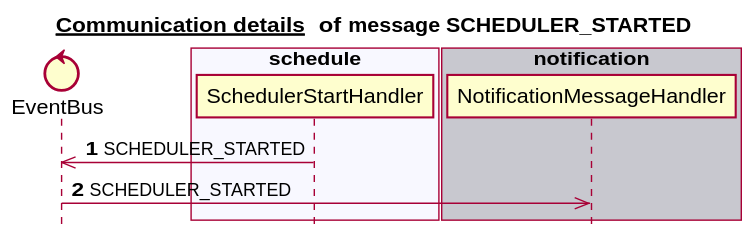
Before: docs/latest/images/gen_domain_messaging_scheduler_started.svg, a diagram exported from PlantUML (mercedes-benz/sechub).
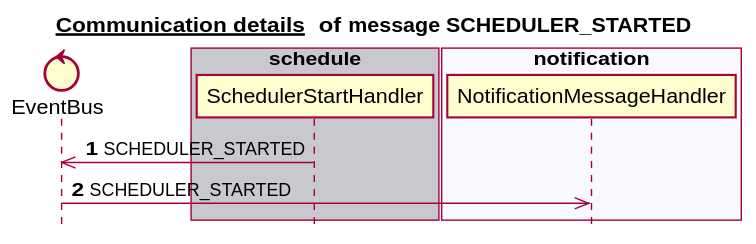
Above is the later version.

What changed in the source:
```diff
@@ -6,17 +6,17 @@
 
 
 control EventBus
-box "scan" #C8C8CF
-end box
-box "schedule" #F8F8FF
+box "schedule" #C8C8CF
    participant SchedulerStartHandler
 end box
+box "scan" #F8F8FF
+end box
+box "administration" #C8C8CF
+end box
+box "notification" #F8F8FF
+   participant NotificationMessageHandler
+end box
 box "authorization" #C8C8CF
-end box
-box "administration" #F8F8FF
-end box
-box "notification" #C8C8CF
-   participant NotificationMessageHandler
 end box
 autonumber 1
 SchedulerStartHandler ->> EventBus:SCHEDULER_STARTED
```
